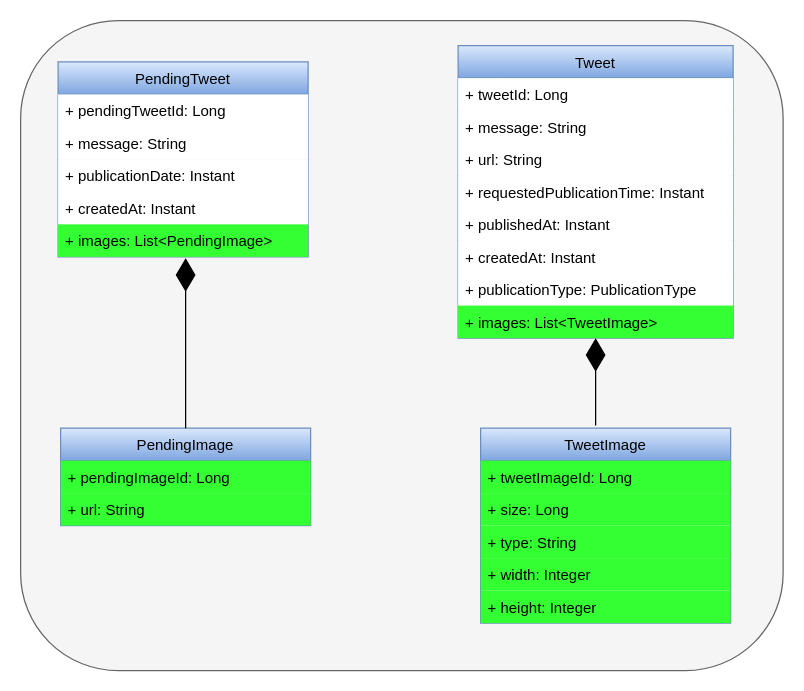
Earlier version of the draw.io diagram diagrams/domain/domain-tweet-images.drawio (david-rojo/tfm-twitter-scheduler-tips). Source tidied: cells renumbered, new cells numbered last; positions are measured from the earlier drawing's top-left corner, leaving out a move shared by most shapes. Both pictures are drawn from the tidied source at 125%, with x=0, y=0 at pixel (20, 20).
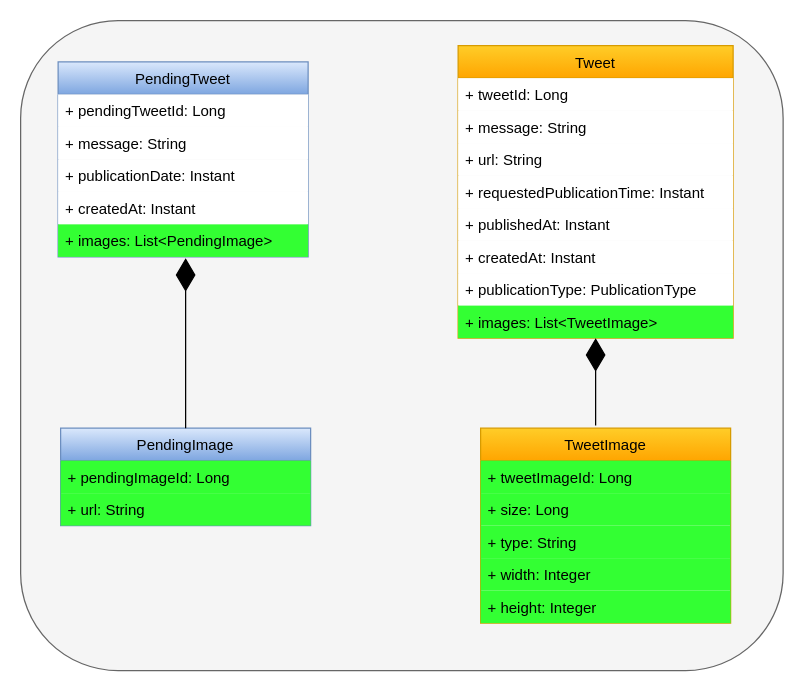
The same page after the edit.

Commit message (it also covers changes not shown here):
add db and domain updated diagrams

Change to the diagram source:
```diff
@@
-    <mxCell id="9" value="Tweet" style="swimlane;fontStyle=0;horizontal=1;startSize=26;fillColor=#dae8fc;strokeColor=#6c8ebf;gradientColor=#7ea6e0;" parent="1" vertex="1">
+    <mxCell id="9" value="Tweet" style="swimlane;fontStyle=0;horizontal=1;startSize=26;fillColor=#ffcd28;strokeColor=#d79b00;gradientColor=#ffa500;" parent="1" vertex="1">
       <mxGeometry x="350" y="20" width="220" height="234" as="geometry" />
     </mxCell>
@@
-    <mxCell id="22" value="TweetImage" style="swimlane;fontStyle=0;horizontal=1;startSize=26;fillColor=#dae8fc;strokeColor=#6c8ebf;gradientColor=#7ea6e0;" parent="1" vertex="1">
+    <mxCell id="22" value="TweetImage" style="swimlane;fontStyle=0;horizontal=1;startSize=26;fillColor=#ffcd28;strokeColor=#d79b00;gradientColor=#ffa500;" parent="1" vertex="1">
       <mxGeometry x="368" y="326" width="200" height="156" as="geometry" />
     </mxCell>
```
